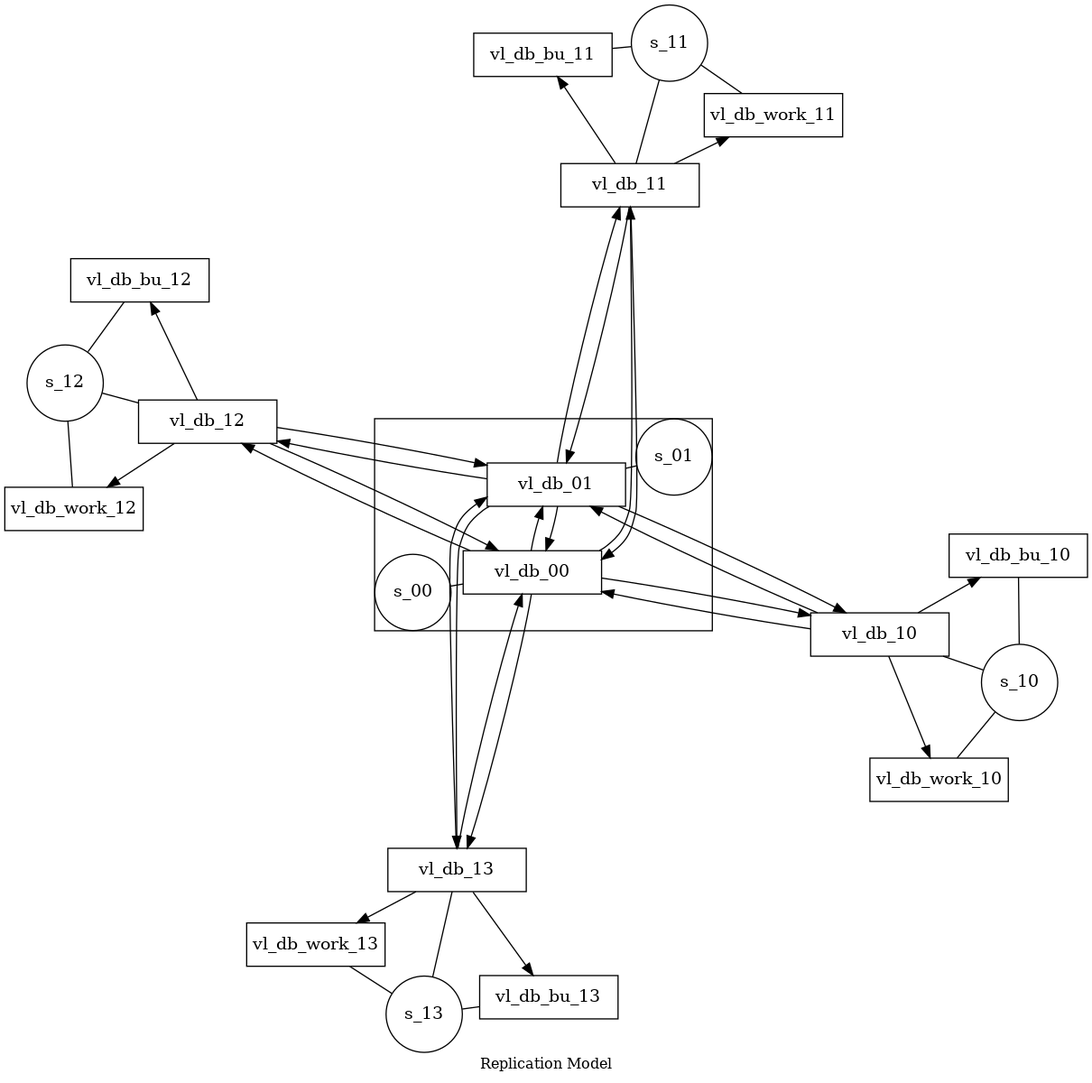
wactbprot/replhub keeps this Graphviz diagram as model.png. Above is the earlier version. Its source is kept beside it as model.dot. The source it was exported from:
```dot
digraph G {
splines=true;

subgraph cluster_0 {
	node [shape=circle];  s_00; s_01;
	node [shape=box, fixedsize=true, width=1.6]; vl_db_00; vl_db_01;

	s_00 -> vl_db_00 [dir=none,weight=1];
	s_01 -> vl_db_01 [dir=none,weight=1];

	vl_db_00 -> vl_db_01;
	vl_db_01 -> vl_db_00;
}

node [shape=circle];
s_10; s_11; s_12; s_13;
node [shape=box,fixedsize=true,width=1.6];
vl_db_work_10; vl_db_work_11; vl_db_work_12; vl_db_work_13;
vl_db_10; vl_db_11; vl_db_12; vl_db_13;
vl_db_bu_10; vl_db_bu_11; vl_db_bu_12; vl_db_bu_13;

s_10 -> vl_db_10 [dir=none,weight=1];
s_11 -> vl_db_11 [dir=none,weight=1];
s_12 -> vl_db_12 [dir=none,weight=1];
s_13 -> vl_db_13 [dir=none,weight=1];


vl_db_00 -> vl_db_10[len = 2];
vl_db_01 -> vl_db_10[len = 2];
vl_db_00 -> vl_db_11[len = 2];
vl_db_01 -> vl_db_11[len = 2];
vl_db_00 -> vl_db_12[len = 2];
vl_db_01 -> vl_db_12[len = 2];
vl_db_00 -> vl_db_13[len = 2];
vl_db_01 -> vl_db_13[len = 2];




vl_db_10 -> vl_db_00;
vl_db_10 -> vl_db_01;

vl_db_11 -> vl_db_00;
vl_db_11 -> vl_db_01;

vl_db_12 -> vl_db_00;
vl_db_12 -> vl_db_01;

vl_db_13 -> vl_db_00;
vl_db_13 -> vl_db_01;

s_10 -> vl_db_work_10 [dir=none,weight=1];
s_11 -> vl_db_work_11 [dir=none,weight=1];
s_12 -> vl_db_work_12 [dir=none,weight=1];
s_13 -> vl_db_work_13 [dir=none,weight=1];

s_10 -> vl_db_bu_10 [dir=none,weight=1];
s_11 -> vl_db_bu_11 [dir=none,weight=1];
s_12 -> vl_db_bu_12 [dir=none,weight=1];
s_13 -> vl_db_bu_13 [dir=none,weight=1];


vl_db_10 -> vl_db_work_10;
vl_db_11 -> vl_db_work_11;
vl_db_12 -> vl_db_work_12;
vl_db_13 -> vl_db_work_13;

vl_db_10 -> vl_db_bu_10;
vl_db_11 -> vl_db_bu_11;
vl_db_12 -> vl_db_bu_12;
vl_db_13 -> vl_db_bu_13;

overlap=false
label="Replication Model"
fontsize=12;
}
```
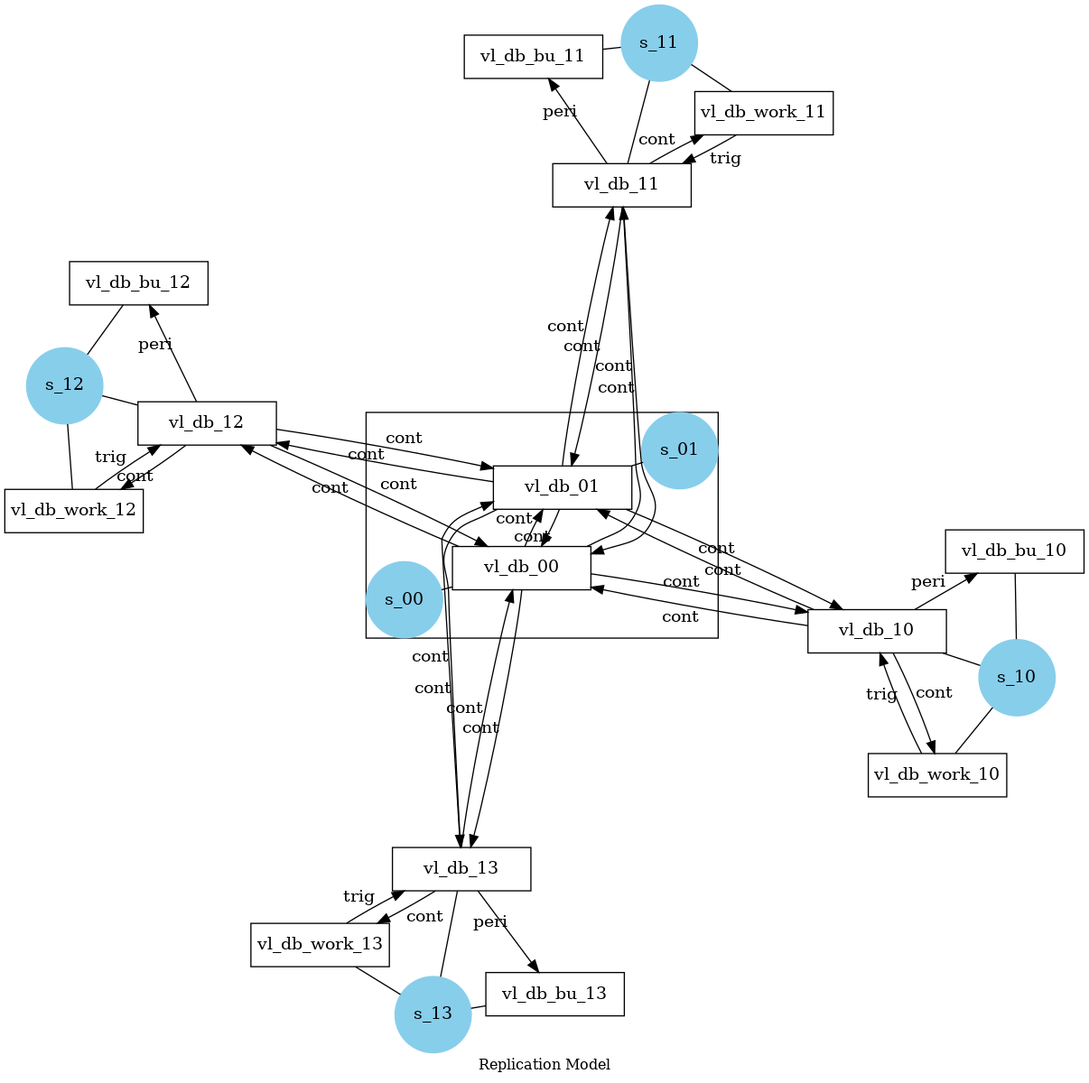
Later version of the same file.

Change to the diagram source:
```diff
@@ -2,73 +2,75 @@
 splines=true;
 
 subgraph cluster_0 {
-	node [shape=circle];  s_00; s_01;
+	{
+		node [shape=circle, style=filled, color=skyblue] s_00 s_01
+	}
+
 	node [shape=box, fixedsize=true, width=1.6]; vl_db_00; vl_db_01;
 
-	s_00 -> vl_db_00 [dir=none,weight=1];
-	s_01 -> vl_db_01 [dir=none,weight=1];
+	s_00 -> vl_db_00 [dir=none, weight=1];
+	s_01 -> vl_db_01 [dir=none, weight=1];
 
-	vl_db_00 -> vl_db_01;
-	vl_db_01 -> vl_db_00;
+	vl_db_00 -> vl_db_01[label="cont", len=1.5];
+	vl_db_01 -> vl_db_00[label="cont", len=1.5];
 }
 
-node [shape=circle];
-s_10; s_11; s_12; s_13;
-node [shape=box,fixedsize=true,width=1.6];
+{
+	node [shape=circle, style=filled, color=skyblue] s_10 s_11; s_12 s_13
+}
+
+node [shape=box, fixedsize=true, width=1.6];
 vl_db_work_10; vl_db_work_11; vl_db_work_12; vl_db_work_13;
 vl_db_10; vl_db_11; vl_db_12; vl_db_13;
 vl_db_bu_10; vl_db_bu_11; vl_db_bu_12; vl_db_bu_13;
 
-s_10 -> vl_db_10 [dir=none,weight=1];
-s_11 -> vl_db_11 [dir=none,weight=1];
-s_12 -> vl_db_12 [dir=none,weight=1];
-s_13 -> vl_db_13 [dir=none,weight=1];
+s_10 -> vl_db_10 [dir=none, weight=1];
+s_11 -> vl_db_11 [dir=none, weight=1];
+s_12 -> vl_db_12 [dir=none, weight=1];
+s_13 -> vl_db_13 [dir=none, weight=1];
+
+vl_db_00 -> vl_db_10[len=2, label="cont"];
+vl_db_01 -> vl_db_10[len=2, label="cont"];
+vl_db_00 -> vl_db_11[len=2, label="cont"];
+vl_db_01 -> vl_db_11[len=2, label="cont"];
+vl_db_00 -> vl_db_12[len=2, label="cont"];
+vl_db_01 -> vl_db_12[len=2, label="cont"];
+vl_db_00 -> vl_db_13[len=2, label="cont"];
+vl_db_01 -> vl_db_13[len=2, label="cont"];
+
+vl_db_10 -> vl_db_00[label="cont"];
+vl_db_10 -> vl_db_01[label="cont"];
+vl_db_11 -> vl_db_00[label="cont"];
+vl_db_11 -> vl_db_01[label="cont"];
+vl_db_12 -> vl_db_00[label="cont"];
+vl_db_12 -> vl_db_01[label="cont"];
+vl_db_13 -> vl_db_00[label="cont"];
+vl_db_13 -> vl_db_01[label="cont"];
+
+s_10 -> vl_db_work_10 [dir=none, weight=1];
+s_11 -> vl_db_work_11 [dir=none, weight=1];
+s_12 -> vl_db_work_12 [dir=none, weight=1];
+s_13 -> vl_db_work_13 [dir=none, weight=1];
+s_10 -> vl_db_bu_10 [dir=none, weight=1];
+s_11 -> vl_db_bu_11 [dir=none, weight=1];
+s_12 -> vl_db_bu_12 [dir=none, weight=1];
+s_13 -> vl_db_bu_13 [dir=none, weight=1];
+
+vl_db_10 -> vl_db_work_10[label="cont"];
+vl_db_11 -> vl_db_work_11[label="cont"];
+vl_db_12 -> vl_db_work_12[label="cont"];
+vl_db_13 -> vl_db_work_13[label="cont"];
 
 
-vl_db_00 -> vl_db_10[len = 2];
-vl_db_01 -> vl_db_10[len = 2];
-vl_db_00 -> vl_db_11[len = 2];
-vl_db_01 -> vl_db_11[len = 2];
-vl_db_00 -> vl_db_12[len = 2];
-vl_db_01 -> vl_db_12[len = 2];
-vl_db_00 -> vl_db_13[len = 2];
-vl_db_01 -> vl_db_13[len = 2];
+vl_db_work_10 -> vl_db_10[label="trig"];
+vl_db_work_11 -> vl_db_11[label="trig"];
+vl_db_work_12 -> vl_db_12[label="trig"];
+vl_db_work_13 -> vl_db_13[label="trig"];
 
-
-
-
-vl_db_10 -> vl_db_00;
-vl_db_10 -> vl_db_01;
-
-vl_db_11 -> vl_db_00;
-vl_db_11 -> vl_db_01;
-
-vl_db_12 -> vl_db_00;
-vl_db_12 -> vl_db_01;
-
-vl_db_13 -> vl_db_00;
-vl_db_13 -> vl_db_01;
-
-s_10 -> vl_db_work_10 [dir=none,weight=1];
-s_11 -> vl_db_work_11 [dir=none,weight=1];
-s_12 -> vl_db_work_12 [dir=none,weight=1];
-s_13 -> vl_db_work_13 [dir=none,weight=1];
-
-s_10 -> vl_db_bu_10 [dir=none,weight=1];
-s_11 -> vl_db_bu_11 [dir=none,weight=1];
-s_12 -> vl_db_bu_12 [dir=none,weight=1];
-s_13 -> vl_db_bu_13 [dir=none,weight=1];
-
-
-vl_db_10 -> vl_db_work_10;
-vl_db_11 -> vl_db_work_11;
-vl_db_12 -> vl_db_work_12;
-vl_db_13 -> vl_db_work_13;
-
-vl_db_10 -> vl_db_bu_10;
-vl_db_11 -> vl_db_bu_11;
-vl_db_12 -> vl_db_bu_12;
-vl_db_13 -> vl_db_bu_13;
+vl_db_10 -> vl_db_bu_10[label="peri"];
+vl_db_11 -> vl_db_bu_11[label="peri"];
+vl_db_12 -> vl_db_bu_12[label="peri"];
+vl_db_13 -> vl_db_bu_13[label="peri"];
 
 overlap=false
 label="Replication Model"
```
